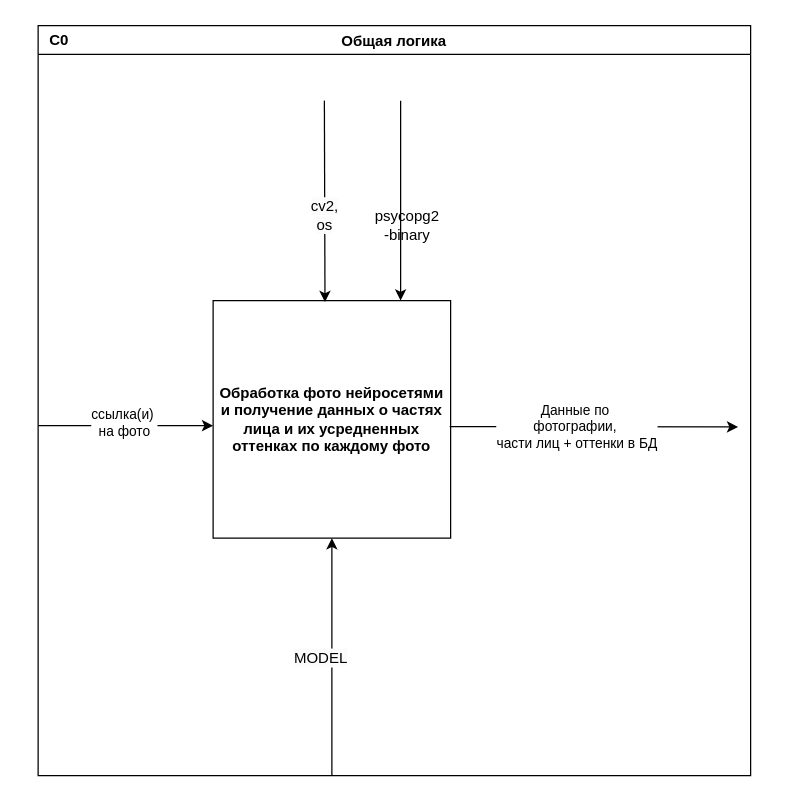
This is page "Общая логика (C0)" (5 of 7) of documentation/Диаграмма без названия.drawio from DashaTkach/Project, a draw.io file, before an edit. Source tidied: cells renumbered, new cells numbered last; positions are measured from the earlier drawing's top-left corner, leaving out a move shared by most shapes. Both pictures are drawn from the tidied source at 125%, with x=0, y=0 at pixel (21, 21).
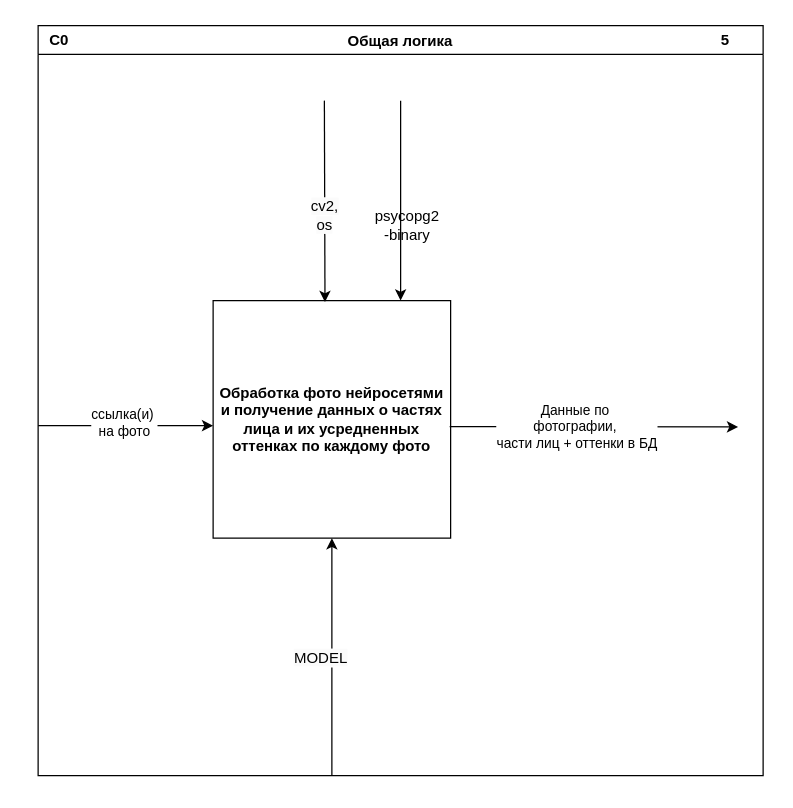
The same page after the edit.

The edit, as a diff of the source:
```diff
@@
     <mxCell id="5" value="Общая логика" style="swimlane;" parent="1" vertex="1">
-      <mxGeometry x="13" y="3" width="570" height="600" as="geometry" />
+      <mxGeometry x="13" y="3" width="580" height="600" as="geometry" />
     </mxCell>
@@
+    <mxCell id="16" value="5" style="text;html=1;align=center;verticalAlign=middle;whiteSpace=wrap;rounded=0;fontStyle=1;" parent="5" vertex="1">
+      <mxGeometry x="520" y="-3" width="60" height="30" as="geometry" />
+    </mxCell>
```
